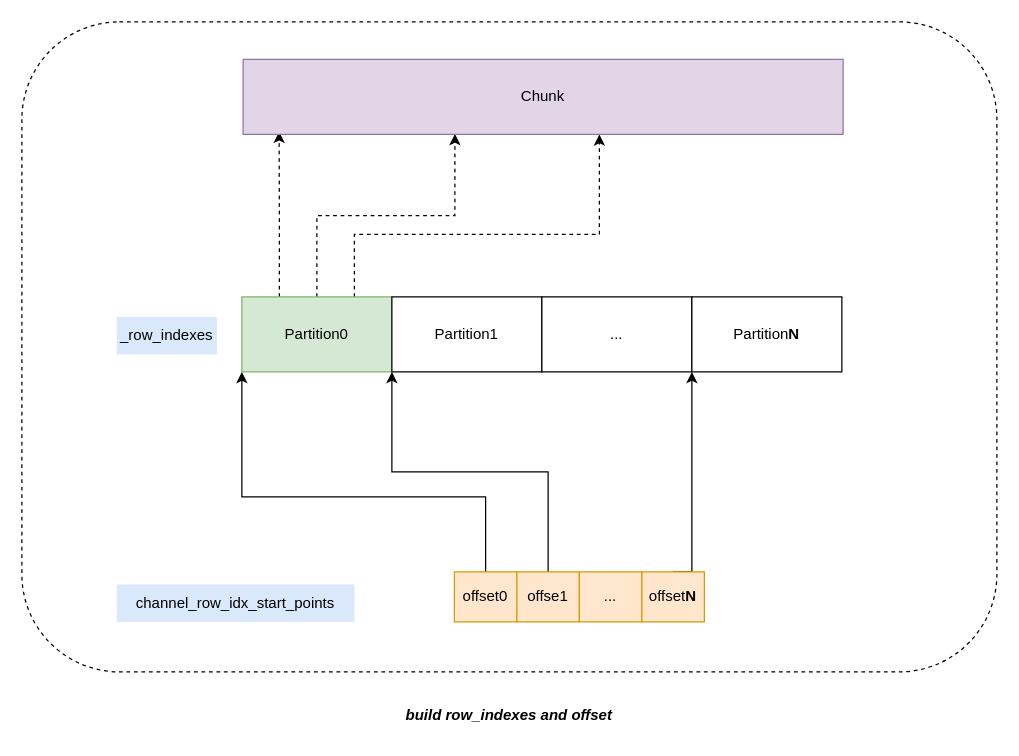
Before: StarRocks/Pipeline-ExchangeNode-6.drawio in szza/szza.github.io.images, a draw.io diagram. Source tidied: cells renumbered, new cells numbered last; positions are measured from the earlier drawing's top-left corner, leaving out a move shared by most shapes. Both pictures are drawn from the tidied source at 125%, with x=0, y=0 at pixel (21, 21).
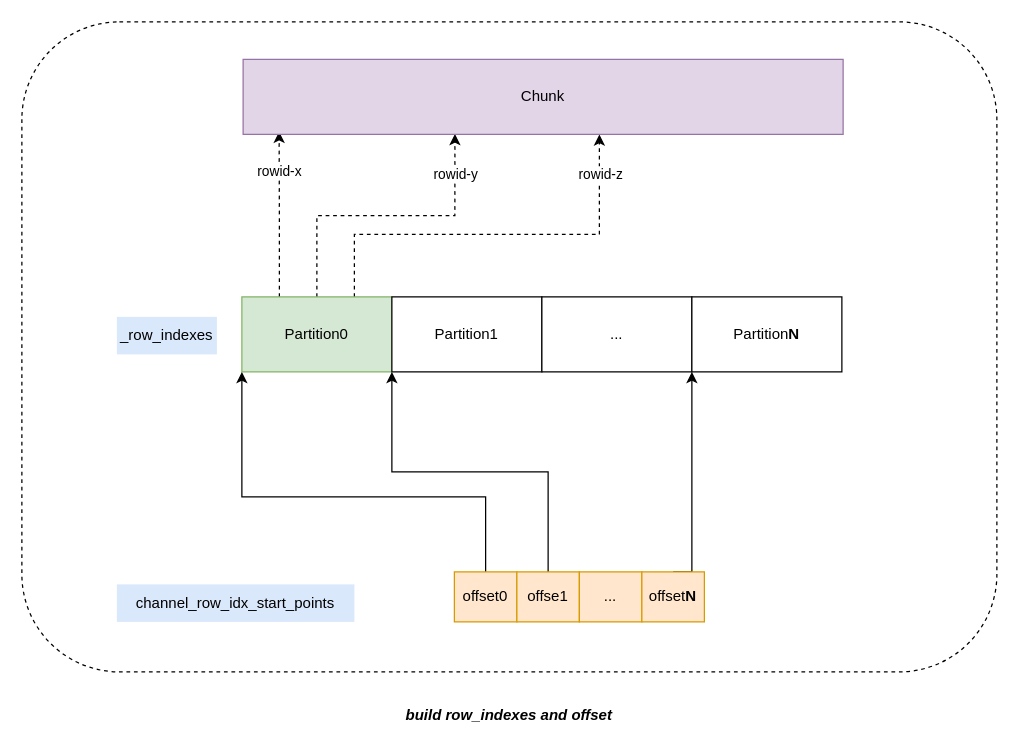
Above is the later version.

Unchanged cells that the change refers to:
```xml
<mxCell id="3" style="edgeStyle=orthogonalEdgeStyle;rounded=0;jettySize=auto;html=1;exitX=0.5;exitY=0;exitDx=0;exitDy=0;entryX=0.353;entryY=0.994;entryDx=0;entryDy=0;dashed=1;entryPerimeter=0;" parent="1" edge="1" source="5" target="18">
  <mxGeometry relative="1" as="geometry" />
</mxCell>
<mxCell id="4" style="edgeStyle=orthogonalEdgeStyle;rounded=0;jettySize=auto;html=1;exitX=0.75;exitY=0;exitDx=0;exitDy=0;dashed=1;" parent="1" edge="1" source="5" target="18">
  <mxGeometry relative="1" as="geometry">
    <Array as="points">
      <mxPoint x="266" y="170" />
      <mxPoint x="462" y="170" />
    </Array>
  </mxGeometry>
</mxCell>
<mxCell id="5" value="Partition0" style="rounded=0;whiteSpace=wrap;html=1;fillColor=#d5e8d4;strokeColor=#82b366;" parent="1" vertex="1">
  <mxGeometry x="176" y="220" width="120" height="60" as="geometry" />
</mxCell>
<mxCell id="18" value="Chunk" style="rounded=0;whiteSpace=wrap;html=1;fillColor=#e1d5e7;strokeColor=#9673a6;" parent="1" vertex="1">
  <mxGeometry x="177" y="30" width="480" height="60" as="geometry" />
</mxCell>
```

Change to the diagram source:
```diff
@@
-    <mxCell id="2" style="edgeStyle=orthogonalEdgeStyle;rounded=0;jettySize=auto;html=1;exitX=0.25;exitY=0;exitDx=0;exitDy=0;entryX=0.06;entryY=0.964;entryDx=0;entryDy=0;entryPerimeter=0;dashed=1;" parent="1" edge="1" source="5" target="18">
-      <mxGeometry relative="1" as="geometry" />
+    <mxCell id="2" value="rowid-x" style="edgeStyle=orthogonalEdgeStyle;rounded=0;jettySize=auto;html=1;exitX=0.25;exitY=0;exitDx=0;exitDy=0;entryX=0.06;entryY=0.964;entryDx=0;entryDy=0;entryPerimeter=0;dashed=1;" parent="1" edge="1" source="5" target="18">
+      <mxGeometry x="0.51" relative="1" as="geometry" />
     </mxCell>
@@
+    <mxCell id="21" value="rowid-y" style="edgeLabel;html=1;align=center;verticalAlign=middle;" parent="3" vertex="1">
+      <mxGeometry x="0.74" relative="1" as="geometry" />
+    </mxCell>
@@
+    <mxCell id="22" value="rowid-z" style="edgeLabel;html=1;align=center;verticalAlign=middle;" parent="4" vertex="1">
+      <mxGeometry x="0.81" relative="1" as="geometry" />
+    </mxCell>
```
